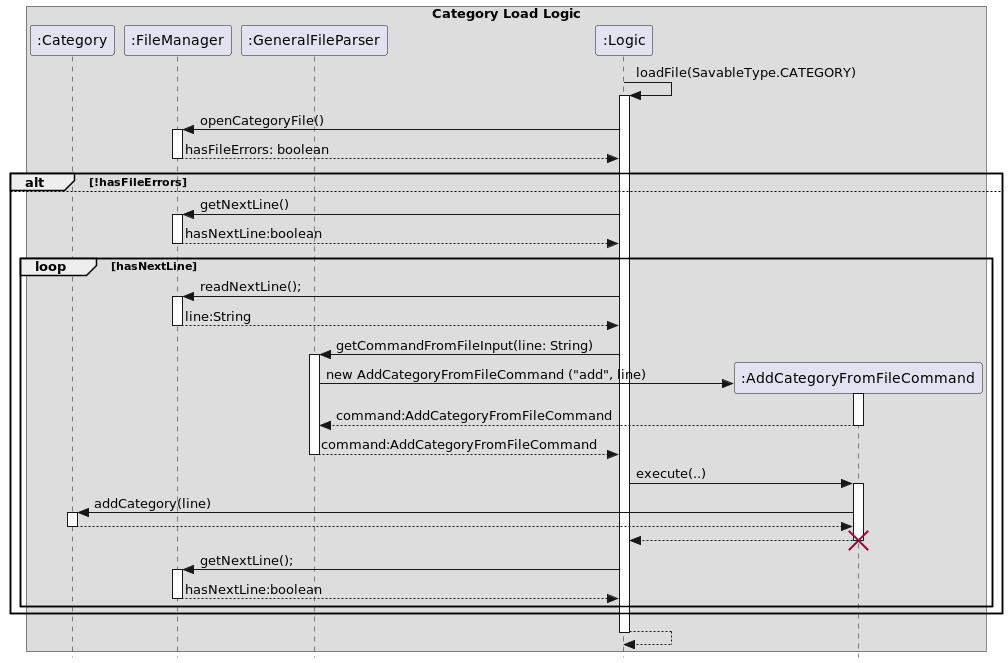
Above: docs/images/category_load_sequence.png in JianJiaT/tp (PlantUML), before the change. Its source is kept beside it as docs/team/UML_Files/category_load_sequence.puml.
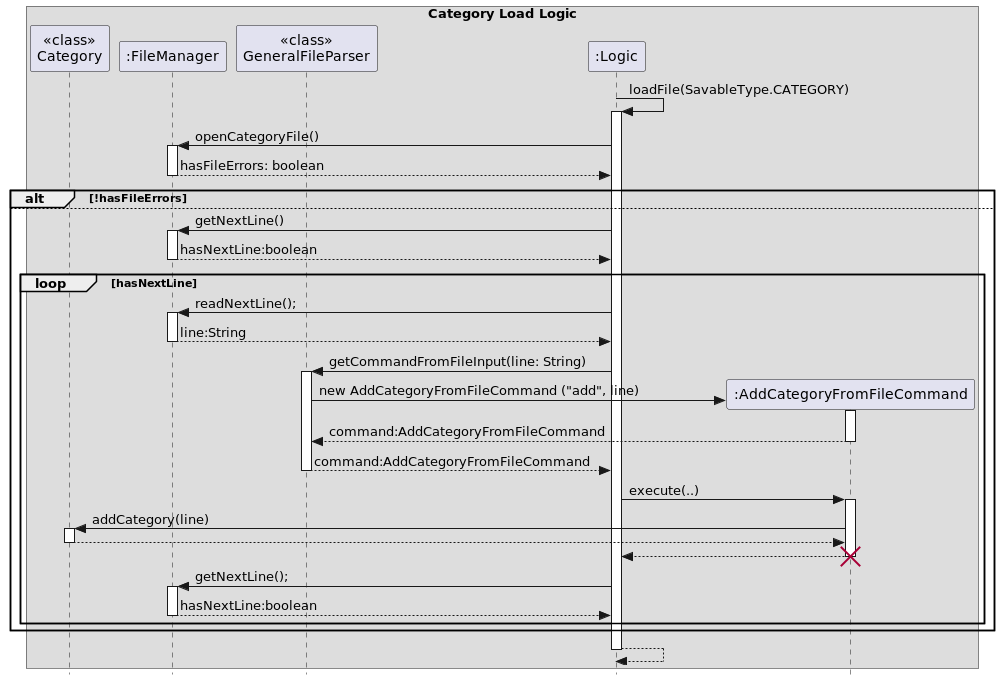
After the change.

Commit message:
Modify category UML

The edit, as a diff of the source:
```diff
@@ -2,9 +2,9 @@
 skinparam Style strictuml
 box Category Load Logic
 
-participant ":Category" as category
+participant "<<class>>\nCategory" as category
 participant ":FileManager" as fileManager
-participant ":GeneralFileParser" as generalFileParser
+participant "<<class>>\nGeneralFileParser" as generalFileParser
 participant ":Logic" as logic
 participant ":AddCategoryFromFileCommand" as AddCategoryFromFileCommand
 
```
